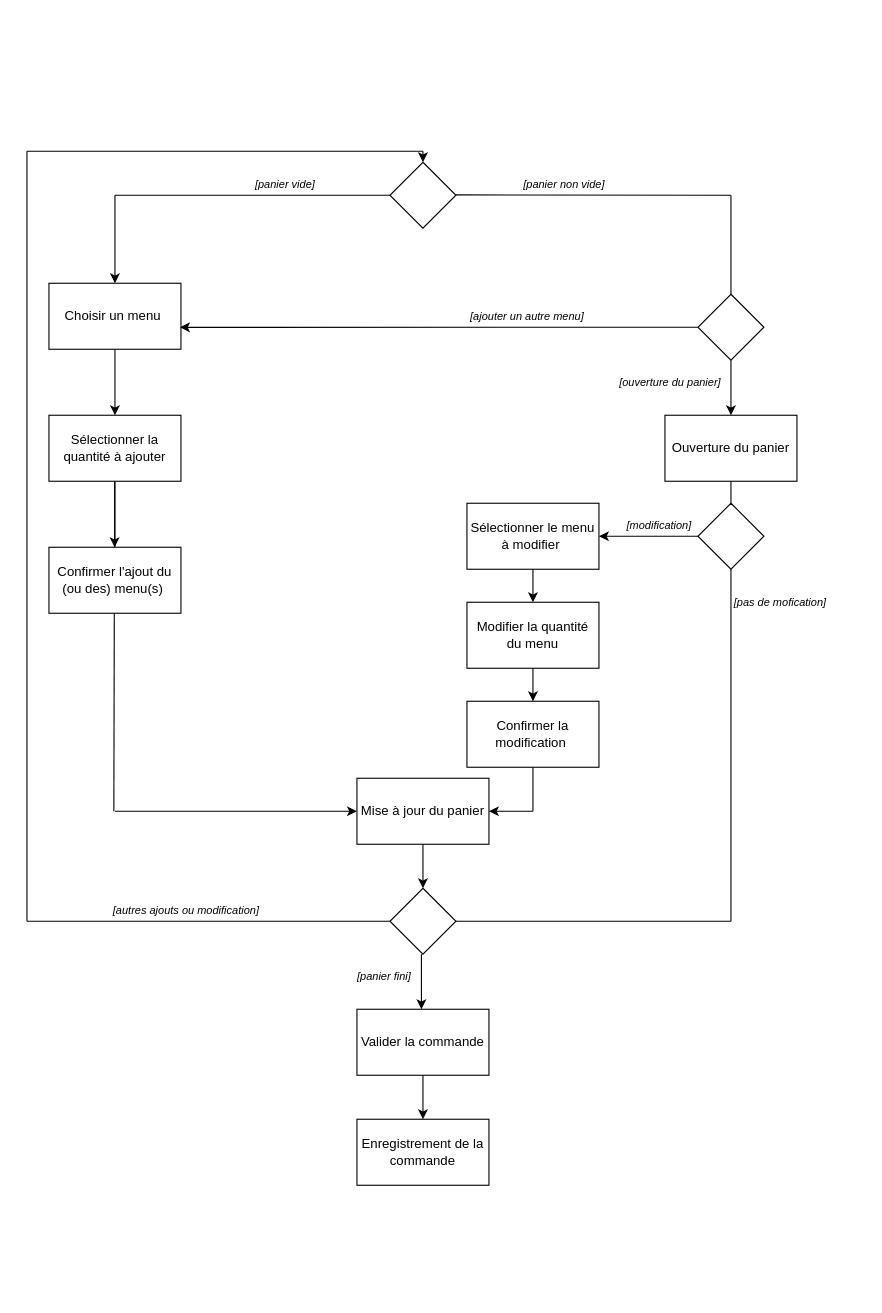
This is diagrammes/diagramme_activite_commande.drawio from TheAIWizard/Ensaeats, a draw.io file, before an edit. Source tidied: cells renumbered, new cells numbered last; positions are measured from the earlier drawing's top-left corner, leaving out a move shared by most shapes. Both pictures are drawn from the tidied source at 110%, with x=0, y=0 at pixel (26, 151).
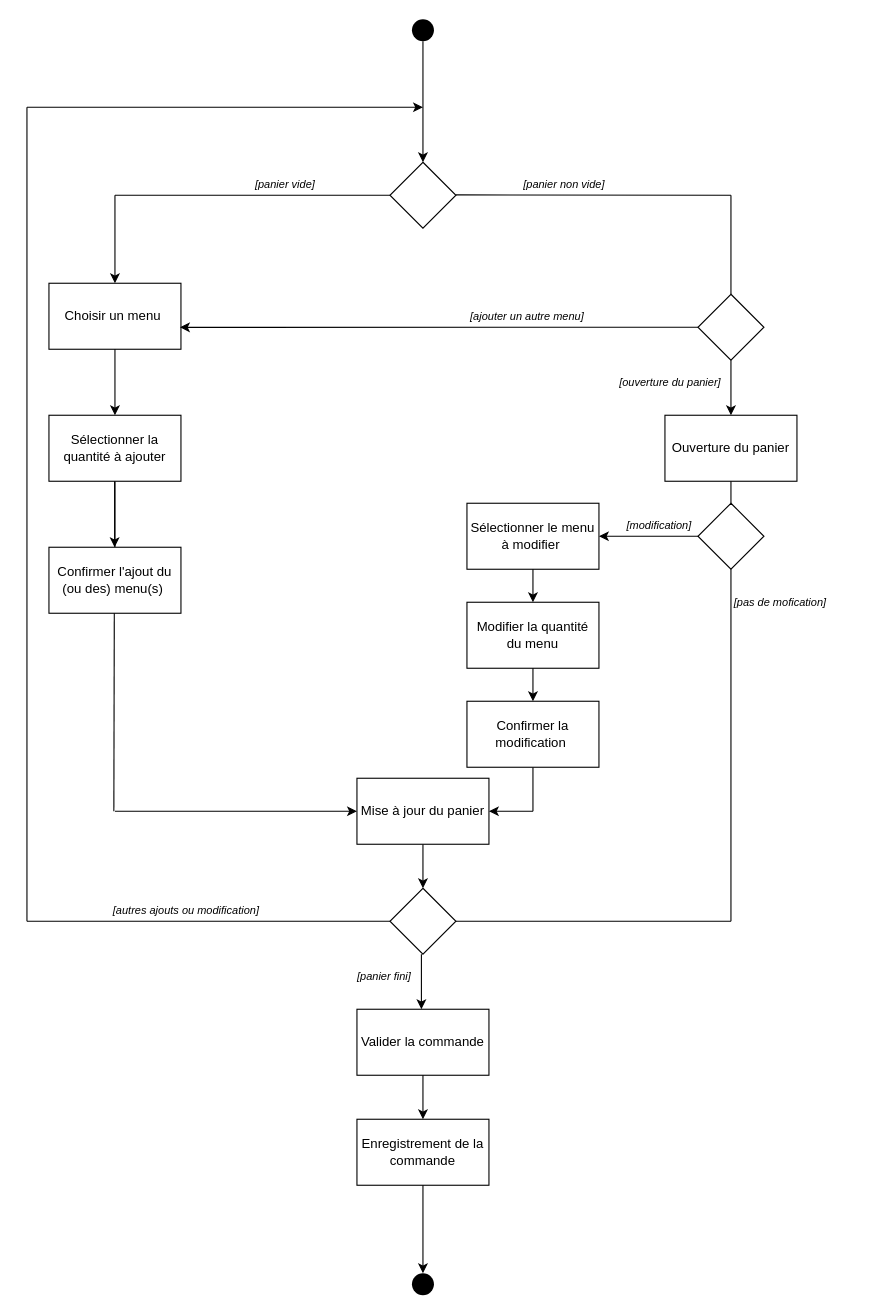
Above is the later version.

Commit message (it also covers changes not shown here):
Diagramme d'activité de la commande modifier

Unchanged cells that the change refers to:
```xml
<mxCell id="6" style="rhombus;whiteSpace=wrap;html=1;rounded=0;sketch=0;" parent="1" vertex="1">
  <mxGeometry x="330" y="10" width="60" height="60" as="geometry" />
</mxCell>
<mxCell id="49" value="Enregistrement de la commande" style="rounded=0;whiteSpace=wrap;html=1;sketch=0;" parent="1" vertex="1">
  <mxGeometry x="300" y="880" width="120" height="60" as="geometry" />
</mxCell>
```

What changed in the source:
```diff
@@
     <mxCell id="31" style="endArrow=none;html=1;" parent="1" edge="1">
       <mxGeometry relative="1" as="geometry">
         <mxPoint y="700" as="sourcePoint" />
-        <mxPoint as="targetPoint" />
+        <mxPoint y="-40" as="targetPoint" />
       </mxGeometry>
     </mxCell>
-    <mxCell id="32" style="endArrow=none;html=1;" parent="1" edge="1">
-      <mxGeometry relative="1" as="geometry">
-        <mxPoint x="360" as="sourcePoint" />
-        <mxPoint as="targetPoint" />
-      </mxGeometry>
-    </mxCell>
-    <mxCell id="33" style="endArrow=none;html=1;exitX=0.5;exitY=0;exitDx=0;exitDy=0;endFill=0;startArrow=classic;startFill=1;" parent="1" edge="1" source="6">
-      <mxGeometry relative="1" as="geometry">
-        <mxPoint x="360" as="targetPoint" />
-        <Array as="points">
-          <mxPoint x="360" />
-        </Array>
-      </mxGeometry>
-    </mxCell>
@@
+    <mxCell id="51" style="ellipse;fillColor=#000000;strokeColor=none;" parent="1" vertex="1">
+      <mxGeometry x="350" y="-120" width="20" height="20" as="geometry" />
+    </mxCell>
+    <mxCell id="52" style="ellipse;fillColor=#000000;strokeColor=none;" parent="1" vertex="1">
+      <mxGeometry x="350" y="1020" width="20" height="20" as="geometry" />
+    </mxCell>
+    <mxCell id="53" style="endArrow=classic;html=1;exitX=0.5;exitY=1;exitDx=0;exitDy=0;" parent="1" edge="1" source="49">
+      <mxGeometry relative="1" as="geometry">
+        <mxPoint x="360" y="1020" as="targetPoint" />
+      </mxGeometry>
+    </mxCell>
+    <mxCell id="54" style="endArrow=classic;html=1;" parent="1" edge="1">
+      <mxGeometry relative="1" as="geometry">
+        <mxPoint y="-40" as="sourcePoint" />
+        <mxPoint x="360" y="-40" as="targetPoint" />
+      </mxGeometry>
+    </mxCell>
+    <mxCell id="55" style="endArrow=classic;html=1;entryX=0.5;entryY=0;entryDx=0;entryDy=0;exitX=0.5;exitY=1;exitDx=0;exitDy=0;" parent="1" edge="1" source="51" target="6">
+      <mxGeometry relative="1" as="geometry" />
+    </mxCell>
```
